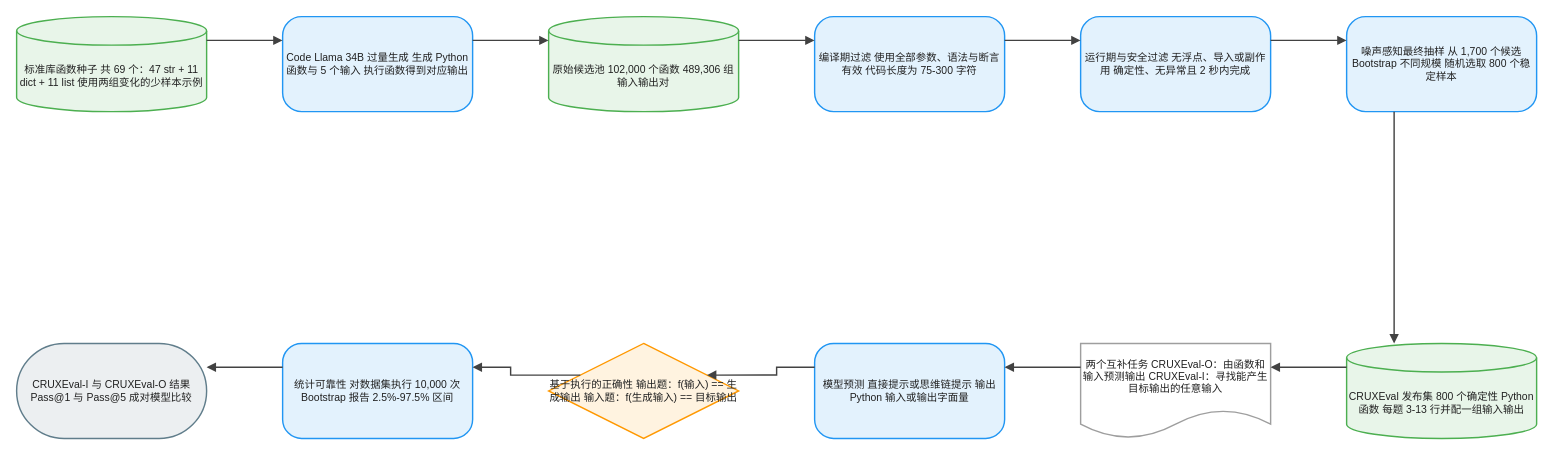
Above: client/public/drawio/CruxEval/CruxEval.zh.drawio in joe1chief/benchmark-hub (draw.io), before the change. Source tidied: cells renumbered, new cells numbered last; positions are measured from the earlier drawing's top-left corner, leaving out a move shared by most shapes. Both pictures are drawn from the tidied source at 95%, with x=0, y=0 at pixel (16, 16).
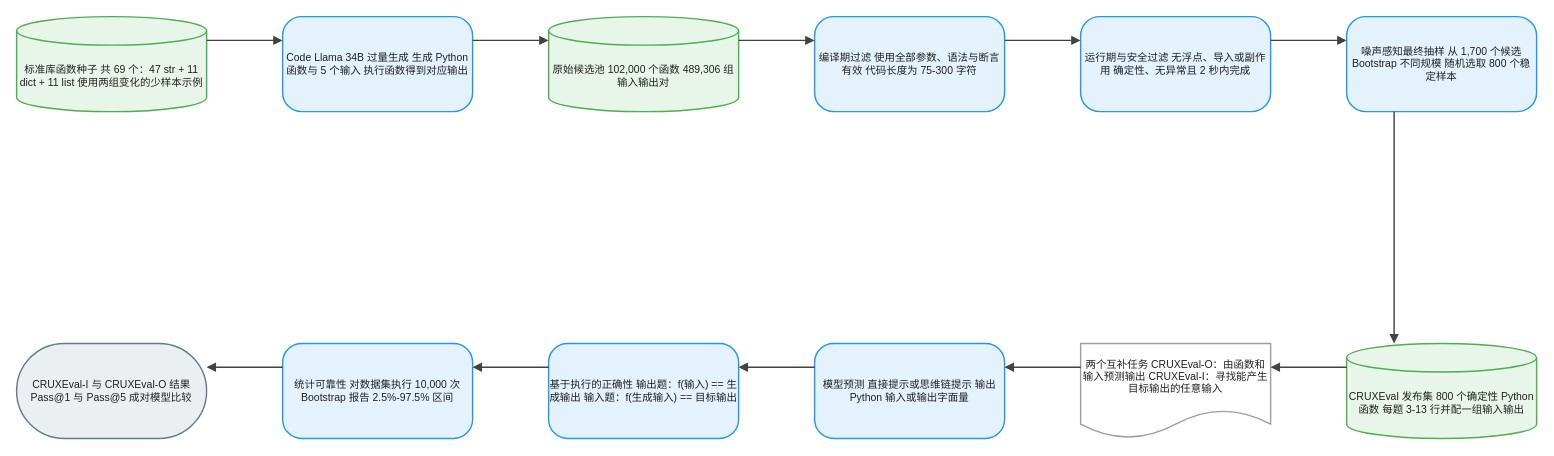
Above is the later version.

Change to the diagram source:
```diff
@@
-    <mxCell id="11" value="基于执行的正确性 输出题：f(输入) == 生成输出 输入题：f(生成输入) == 目标输出" style="rhombus;html=1;whiteSpace=wrap;fillColor=#FFF3E0;strokeColor=#FF9800;strokeWidth=1.5;fontColor=#212121;fontSize=11;fontFamily=Arial, Helvetica, sans-serif;verticalAlign=middle;align=center;" parent="1" vertex="1">
+    <mxCell id="11" value="基于执行的正确性 输出题：f(输入) == 生成输出 输入题：f(生成输入) == 目标输出" style="rounded=1;arcSize=20;html=1;whiteSpace=wrap;fillColor=#E3F2FD;strokeColor=#2196F3;strokeWidth=1.5;fontColor=#212121;fontSize=11;fontFamily=Arial, Helvetica, sans-serif;verticalAlign=middle;align=center;" parent="1" vertex="1">
       <mxGeometry x="560" y="344" width="200" height="100" as="geometry" />
     </mxCell>
```
